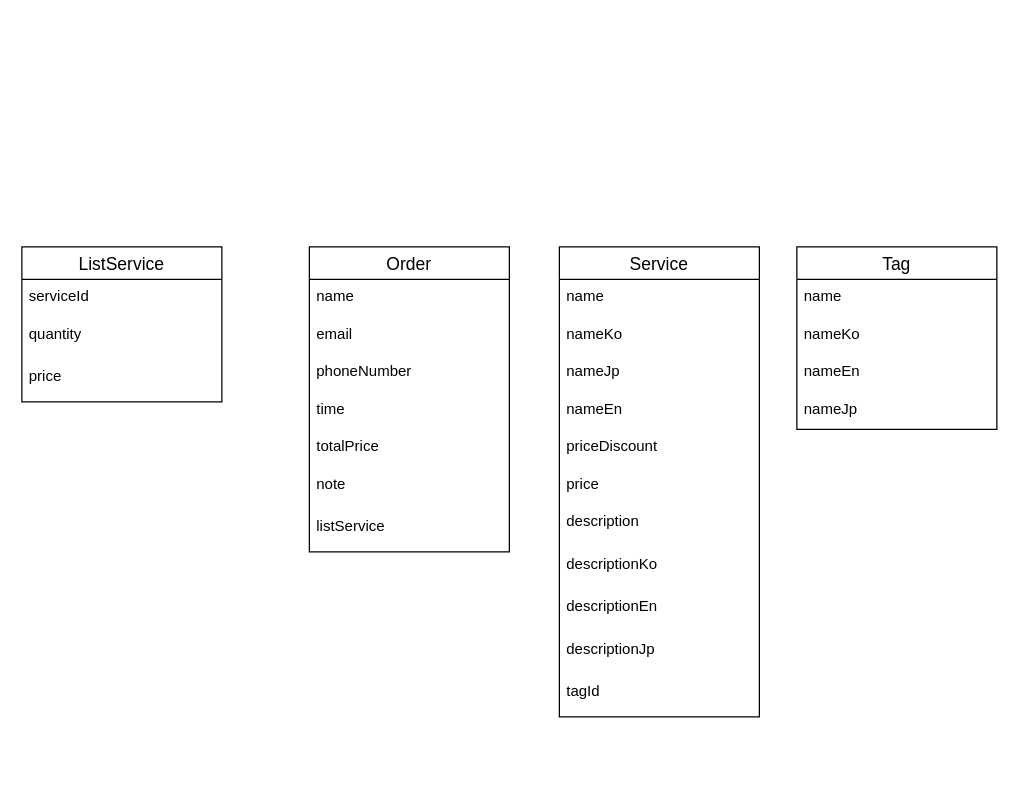
Above: DB.drawio in huygamcha/BE_URBAN_SPA (draw.io), before the change. Source tidied: cells renumbered, new cells numbered last; positions are measured from the earlier drawing's top-left corner, leaving out a move shared by most shapes. Both pictures are drawn from the tidied source at 125%, with x=0, y=0 at pixel (21, 246).
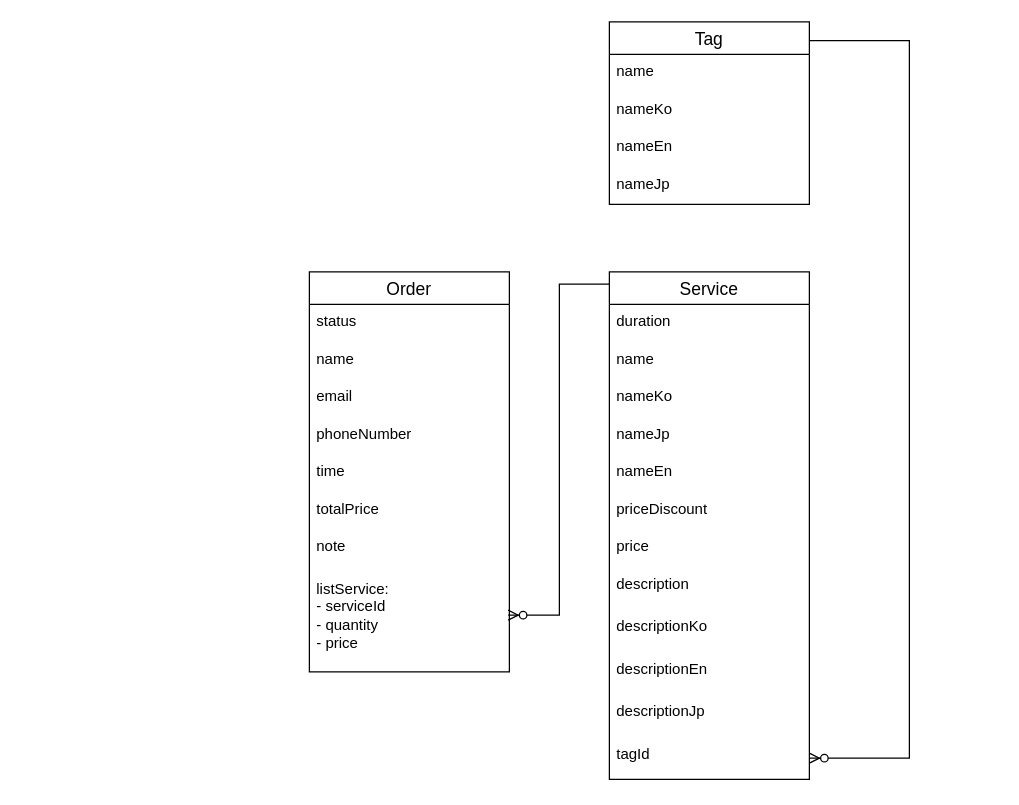
After the change.

Commit message:
Cập nhật DB.drawio

Change to the diagram source:
```diff
@@
     <mxCell id="2" value="Service" style="swimlane;fontStyle=0;horizontal=1;startSize=26;align=center;fontSize=14;" parent="1" vertex="1">
-      <mxGeometry x="430" width="160" height="376" as="geometry" />
+      <mxGeometry x="470" y="20" width="160" height="406" as="geometry" />
     </mxCell>
-    <mxCell id="3" value="name" style="text;strokeColor=none;fillColor=none;spacingLeft=4;spacingRight=4;overflow=hidden;fontSize=12;whiteSpace=wrap;html=1;" parent="2" vertex="1">
+    <mxCell id="3" value="duration" style="text;strokeColor=none;fillColor=none;spacingLeft=4;spacingRight=4;overflow=hidden;fontSize=12;whiteSpace=wrap;html=1;" parent="2" vertex="1">
       <mxGeometry y="26" width="160" height="30" as="geometry" />
     </mxCell>
+    <mxCell id="31" value="name" style="text;strokeColor=none;fillColor=none;spacingLeft=4;spacingRight=4;overflow=hidden;fontSize=12;whiteSpace=wrap;html=1;" parent="2" vertex="1">
+      <mxGeometry y="56" width="160" height="30" as="geometry" />
+    </mxCell>
     <mxCell id="4" value="nameKo" style="text;strokeColor=none;fillColor=none;spacingLeft=4;spacingRight=4;overflow=hidden;fontSize=12;whiteSpace=wrap;html=1;" parent="2" vertex="1">
-      <mxGeometry y="56" width="160" height="30" as="geometry" />
+      <mxGeometry y="86" width="160" height="30" as="geometry" />
     </mxCell>
     <mxCell id="5" value="nameJp" style="text;strokeColor=none;fillColor=none;spacingLeft=4;spacingRight=4;overflow=hidden;fontSize=12;whiteSpace=wrap;html=1;" parent="2" vertex="1">
-      <mxGeometry y="86" width="160" height="30" as="geometry" />
+      <mxGeometry y="116" width="160" height="30" as="geometry" />
     </mxCell>
     <mxCell id="6" value="nameEn" style="text;strokeColor=none;fillColor=none;spacingLeft=4;spacingRight=4;overflow=hidden;fontSize=12;whiteSpace=wrap;html=1;" parent="2" vertex="1">
-      <mxGeometry y="116" width="160" height="30" as="geometry" />
+      <mxGeometry y="146" width="160" height="30" as="geometry" />
     </mxCell>
     <mxCell id="7" value="priceDiscount" style="text;strokeColor=none;fillColor=none;spacingLeft=4;spacingRight=4;overflow=hidden;fontSize=12;whiteSpace=wrap;html=1;" parent="2" vertex="1">
-      <mxGeometry y="146" width="160" height="30" as="geometry" />
+      <mxGeometry y="176" width="160" height="30" as="geometry" />
     </mxCell>
     <mxCell id="8" value="price" style="text;strokeColor=none;fillColor=none;spacingLeft=4;spacingRight=4;overflow=hidden;fontSize=12;whiteSpace=wrap;html=1;" parent="2" vertex="1">
-      <mxGeometry y="176" width="160" height="30" as="geometry" />
+      <mxGeometry y="206" width="160" height="30" as="geometry" />
     </mxCell>
     <mxCell id="9" value="description" style="text;strokeColor=none;fillColor=none;spacingLeft=4;spacingRight=4;overflow=hidden;fontSize=12;whiteSpace=wrap;html=1;" parent="2" vertex="1">
-      <mxGeometry y="206" width="160" height="34" as="geometry" />
+      <mxGeometry y="236" width="160" height="34" as="geometry" />
     </mxCell>
     <mxCell id="10" value="descriptionKo" style="text;strokeColor=none;fillColor=none;spacingLeft=4;spacingRight=4;overflow=hidden;fontSize=12;whiteSpace=wrap;html=1;" parent="2" vertex="1">
-      <mxGeometry y="240" width="160" height="34" as="geometry" />
+      <mxGeometry y="270" width="160" height="34" as="geometry" />
     </mxCell>
     <mxCell id="11" value="descriptionEn" style="text;strokeColor=none;fillColor=none;spacingLeft=4;spacingRight=4;overflow=hidden;fontSize=12;whiteSpace=wrap;html=1;" parent="2" vertex="1">
-      <mxGeometry y="274" width="160" height="34" as="geometry" />
+      <mxGeometry y="304" width="160" height="34" as="geometry" />
     </mxCell>
     <mxCell id="12" value="descriptionJp" style="text;strokeColor=none;fillColor=none;spacingLeft=4;spacingRight=4;overflow=hidden;fontSize=12;whiteSpace=wrap;html=1;" parent="2" vertex="1">
-      <mxGeometry y="308" width="160" height="34" as="geometry" />
+      <mxGeometry y="338" width="160" height="34" as="geometry" />
     </mxCell>
     <mxCell id="13" value="tagId" style="text;strokeColor=none;fillColor=none;spacingLeft=4;spacingRight=4;overflow=hidden;points=[[0,0.5],[1,0.5]];portConstraint=eastwest;fontSize=12;whiteSpace=wrap;html=1;" parent="2" vertex="1">
-      <mxGeometry y="342" width="160" height="34" as="geometry" />
+      <mxGeometry y="372" width="160" height="34" as="geometry" />
     </mxCell>
     <mxCell id="14" value="Tag" style="swimlane;fontStyle=0;horizontal=1;startSize=26;align=center;fontSize=14;" parent="1" vertex="1">
-      <mxGeometry x="620" width="160" height="146" as="geometry" />
+      <mxGeometry x="470" y="-180" width="160" height="146" as="geometry" />
     </mxCell>
@@
     <mxCell id="19" value="Order" style="swimlane;fontStyle=0;horizontal=1;startSize=26;align=center;fontSize=14;" parent="1" vertex="1">
-      <mxGeometry x="230" width="160" height="244" as="geometry" />
+      <mxGeometry x="230" y="20" width="160" height="320" as="geometry" />
     </mxCell>
-    <mxCell id="20" value="name" style="text;strokeColor=none;fillColor=none;spacingLeft=4;spacingRight=4;overflow=hidden;fontSize=12;whiteSpace=wrap;html=1;" parent="19" vertex="1">
+    <mxCell id="20" value="status" style="text;strokeColor=none;fillColor=none;spacingLeft=4;spacingRight=4;overflow=hidden;fontSize=12;whiteSpace=wrap;html=1;" parent="19" vertex="1">
       <mxGeometry y="26" width="160" height="30" as="geometry" />
     </mxCell>
+    <mxCell id="32" value="name" style="text;strokeColor=none;fillColor=none;spacingLeft=4;spacingRight=4;overflow=hidden;fontSize=12;whiteSpace=wrap;html=1;" parent="19" vertex="1">
+      <mxGeometry y="56" width="160" height="30" as="geometry" />
+    </mxCell>
     <mxCell id="21" value="email" style="text;strokeColor=none;fillColor=none;spacingLeft=4;spacingRight=4;overflow=hidden;fontSize=12;whiteSpace=wrap;html=1;" parent="19" vertex="1">
-      <mxGeometry y="56" width="160" height="30" as="geometry" />
+      <mxGeometry y="86" width="160" height="30" as="geometry" />
     </mxCell>
     <mxCell id="22" value="phoneNumber" style="text;strokeColor=none;fillColor=none;spacingLeft=4;spacingRight=4;overflow=hidden;fontSize=12;whiteSpace=wrap;html=1;" parent="19" vertex="1">
-      <mxGeometry y="86" width="160" height="30" as="geometry" />
+      <mxGeometry y="116" width="160" height="30" as="geometry" />
     </mxCell>
     <mxCell id="23" value="time" style="text;strokeColor=none;fillColor=none;spacingLeft=4;spacingRight=4;overflow=hidden;fontSize=12;whiteSpace=wrap;html=1;" parent="19" vertex="1">
-      <mxGeometry y="116" width="160" height="30" as="geometry" />
+      <mxGeometry y="146" width="160" height="30" as="geometry" />
     </mxCell>
     <mxCell id="24" value="totalPrice" style="text;strokeColor=none;fillColor=none;spacingLeft=4;spacingRight=4;overflow=hidden;fontSize=12;whiteSpace=wrap;html=1;" parent="19" vertex="1">
-      <mxGeometry y="146" width="160" height="30" as="geometry" />
+      <mxGeometry y="176" width="160" height="30" as="geometry" />
     </mxCell>
     <mxCell id="25" value="note" style="text;strokeColor=none;fillColor=none;spacingLeft=4;spacingRight=4;overflow=hidden;fontSize=12;whiteSpace=wrap;html=1;" parent="19" vertex="1">
-      <mxGeometry y="176" width="160" height="34" as="geometry" />
+      <mxGeometry y="206" width="160" height="34" as="geometry" />
     </mxCell>
-    <mxCell id="26" value="listService" style="text;strokeColor=none;fillColor=none;spacingLeft=4;spacingRight=4;overflow=hidden;fontSize=12;whiteSpace=wrap;html=1;" parent="19" vertex="1">
-      <mxGeometry y="210" width="160" height="34" as="geometry" />
+    <mxCell id="26" value="listService:&lt;div style=&quot;font-size: 12px;&quot;&gt;&lt;div style=&quot;font-size: 12px;&quot;&gt;- serviceId&lt;/div&gt;&lt;div style=&quot;font-size: 12px;&quot;&gt;- quantity&lt;/div&gt;&lt;div style=&quot;font-size: 12px;&quot;&gt;- price&lt;/div&gt;&lt;/div&gt;" style="text;strokeColor=none;fillColor=none;spacingLeft=4;spacingRight=2;overflow=hidden;fontSize=12;whiteSpace=wrap;html=1;spacingTop=0;spacing=2;align=left;verticalAlign=top;" parent="19" vertex="1">
+      <mxGeometry y="240" width="160" height="80" as="geometry" />
     </mxCell>
-    <mxCell id="27" value="ListService" style="swimlane;fontStyle=0;horizontal=1;startSize=26;align=center;fontSize=14;" parent="1" vertex="1">
-      <mxGeometry width="160" height="124" as="geometry" />
-    </mxCell>
-    <mxCell id="28" value="serviceId" style="text;strokeColor=none;fillColor=none;spacingLeft=4;spacingRight=4;overflow=hidden;fontSize=12;whiteSpace=wrap;html=1;" parent="27" vertex="1">
-      <mxGeometry y="26" width="160" height="30" as="geometry" />
-    </mxCell>
-    <mxCell id="29" value="quantity" style="text;strokeColor=none;fillColor=none;spacingLeft=4;spacingRight=4;overflow=hidden;fontSize=12;whiteSpace=wrap;html=1;" parent="27" vertex="1">
-      <mxGeometry y="56" width="160" height="34" as="geometry" />
-    </mxCell>
-    <mxCell id="30" value="price" style="text;strokeColor=none;fillColor=none;spacingLeft=4;spacingRight=4;overflow=hidden;fontSize=12;whiteSpace=wrap;html=1;" parent="27" vertex="1">
-      <mxGeometry y="90" width="160" height="34" as="geometry" />
-    </mxCell>
+    <mxCell id="33" style="edgeStyle=orthogonalEdgeStyle;fontSize=12;html=1;endArrow=ERzeroToMany;endFill=1;rounded=0;" parent="1" edge="1" target="13">
+      <mxGeometry relative="1" as="geometry">
+        <mxPoint x="630" y="-165" as="sourcePoint" />
+        <Array as="points">
+          <mxPoint x="710" y="-165" />
+          <mxPoint x="710" y="409" />
+        </Array>
+      </mxGeometry>
+    </mxCell>
+    <mxCell id="34" style="edgeStyle=orthogonalEdgeStyle;fontSize=12;html=1;endArrow=ERzeroToMany;endFill=1;rounded=0;exitX=0.019;exitY=0.024;exitDx=0;exitDy=0;exitPerimeter=0;entryX=1.013;entryY=0.433;entryDx=0;entryDy=0;entryPerimeter=0;" parent="1" edge="1">
+      <mxGeometry relative="1" as="geometry">
+        <mxPoint x="470" y="29.7" as="sourcePoint" />
+        <mxPoint x="389" y="294.6" as="targetPoint" />
+        <Array as="points">
+          <mxPoint x="430" y="30" />
+          <mxPoint x="430" y="295" />
+        </Array>
+      </mxGeometry>
+    </mxCell>
```
